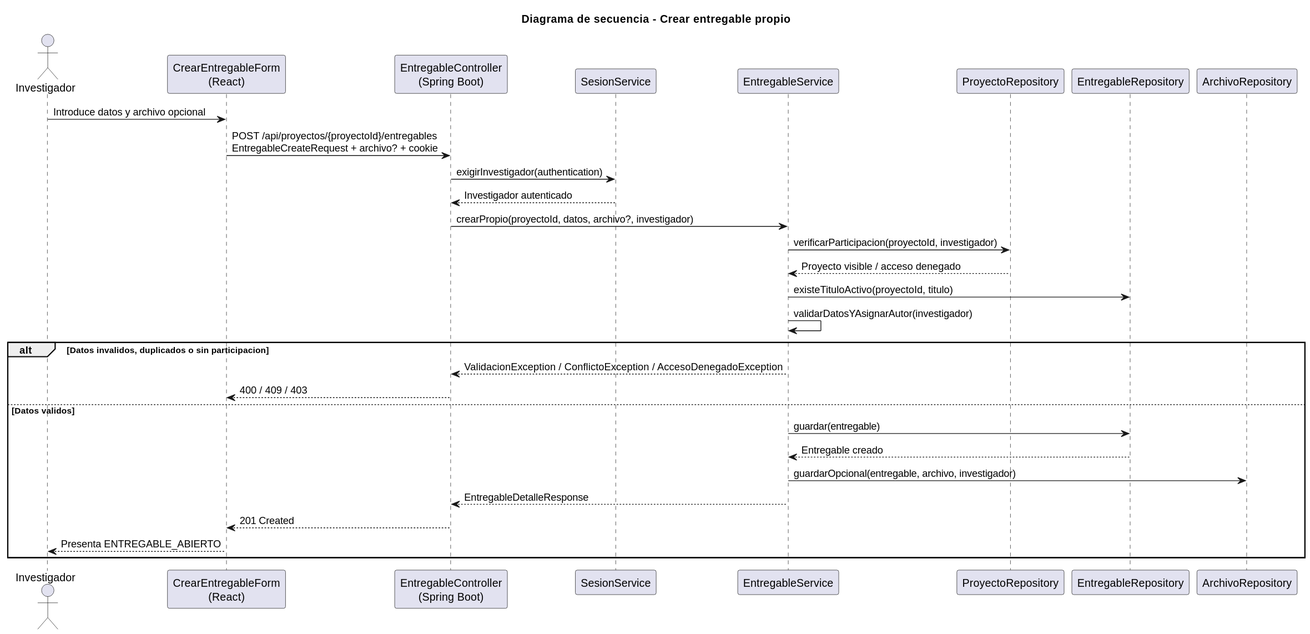
This is images/RUP/02-diseño/casos-uso/investigador/crearEntregable/secuencia.svg from beatriizorozco/25-26-idsw2-sdVC, a PlantUML export, as it was before one commit.
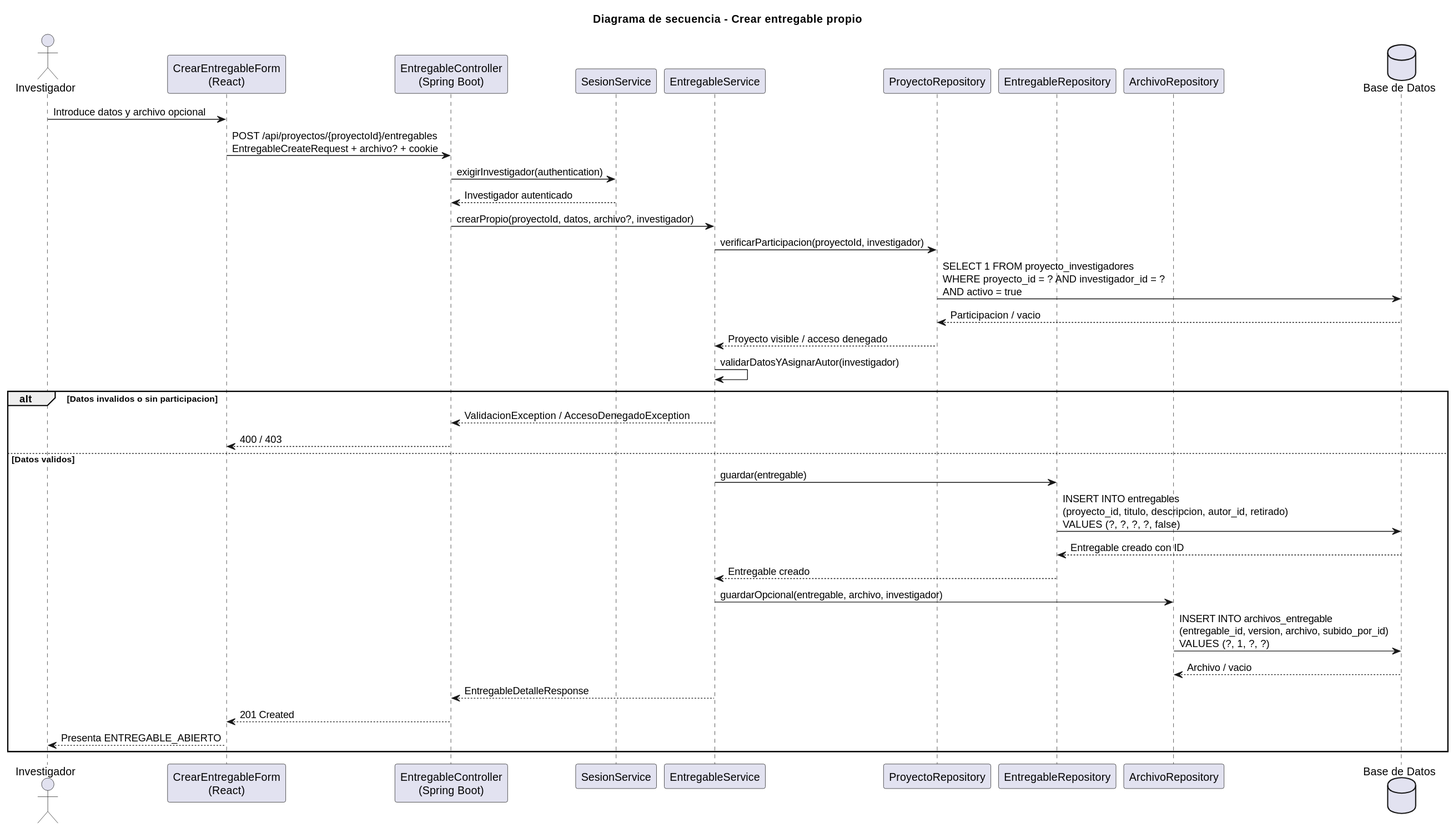
The same diagram one commit later.

The edit, as a diff of the source:
```diff
@@ -8,6 +8,7 @@
 participant "ProyectoRepository" as ProyectoRepo
 participant "EntregableRepository" as Repo
 participant "ArchivoRepository" as ArchivoRepo
+database "Base de Datos" as DB
 
 Investigador -> Frontend: Introduce datos y archivo opcional
 Frontend -> Api: POST /api/proyectos/{proyectoId}/entregables\nEntregableCreateRequest + archivo? + cookie
@@ -15,16 +16,21 @@
 Sesion --> Api: Investigador autenticado
 Api -> Service: crearPropio(proyectoId, datos, archivo?, investigador)
 Service -> ProyectoRepo: verificarParticipacion(proyectoId, investigador)
+ProyectoRepo -> DB: SELECT 1 FROM proyecto_investigadores\nWHERE proyecto_id = ? AND investigador_id = ?\nAND activo = true
+DB --> ProyectoRepo: Participacion / vacio
 ProyectoRepo --> Service: Proyecto visible / acceso denegado
-Service -> Repo: existeTituloActivo(proyectoId, titulo)
 Service -> Service: validarDatosYAsignarAutor(investigador)
-alt Datos invalidos, duplicados o sin participacion
-  Service --> Api: ValidacionException / ConflictoException / AccesoDenegadoException
-  Api --> Frontend: 400 / 409 / 403
+alt Datos invalidos o sin participacion
+  Service --> Api: ValidacionException / AccesoDenegadoException
+  Api --> Frontend: 400 / 403
 else Datos validos
   Service -> Repo: guardar(entregable)
+  Repo -> DB: INSERT INTO entregables\n(proyecto_id, titulo, descripcion, autor_id, retirado)\nVALUES (?, ?, ?, ?, false)
+  DB --> Repo: Entregable creado con ID
   Repo --> Service: Entregable creado
   Service -> ArchivoRepo: guardarOpcional(entregable, archivo, investigador)
+  ArchivoRepo -> DB: INSERT INTO archivos_entregable\n(entregable_id, version, archivo, subido_por_id)\nVALUES (?, 1, ?, ?)
+  DB --> ArchivoRepo: Archivo / vacio
   Service --> Api: EntregableDetalleResponse
   Api --> Frontend: 201 Created
   Frontend --> Investigador: Presenta ENTREGABLE_ABIERTO
```
